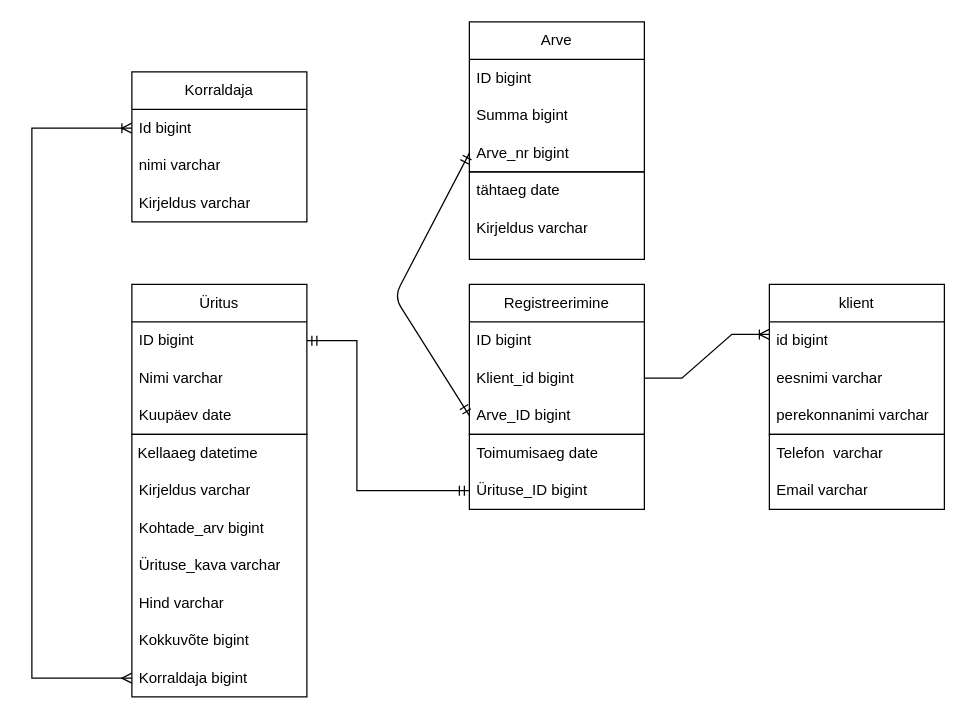
Earlier version of the draw.io diagram tunnitöö.drawio (KSohkin/Programeerimine-II). Source tidied: cells renumbered, new cells numbered last; positions are measured from the earlier drawing's top-left corner, leaving out a move shared by most shapes. Both pictures are drawn from the tidied source at 125%, with x=0, y=0 at pixel (31, 21).
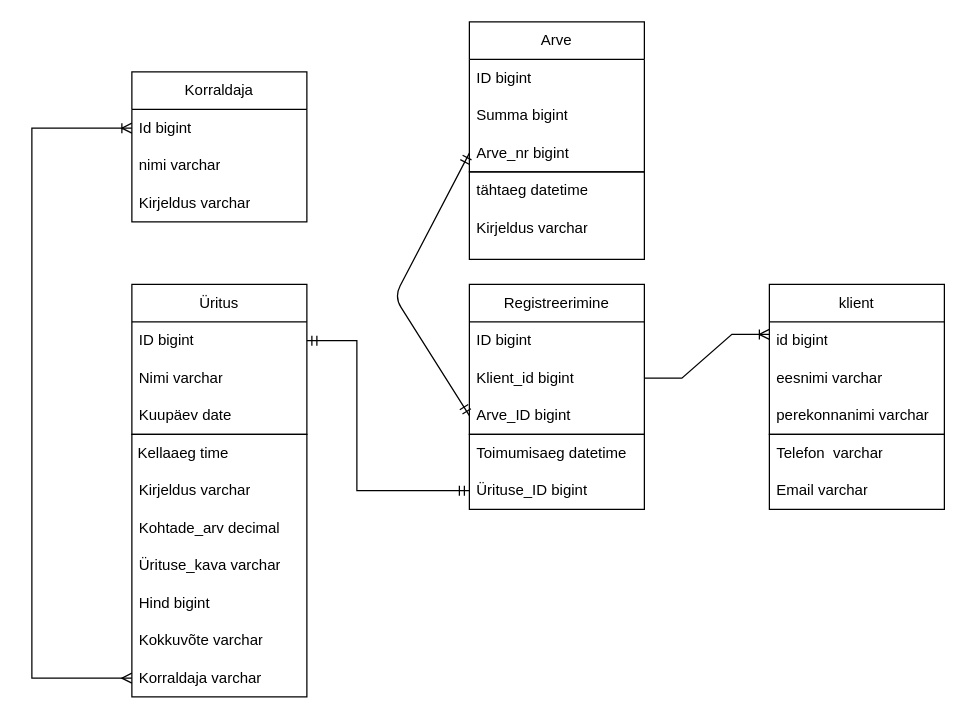
Above is the later version.

Diff of the diagram source:
```diff
@@
-    <mxCell id="28" value="Toimumisaeg date" style="text;strokeColor=none;fillColor=none;align=left;verticalAlign=middle;spacingLeft=4;spacingRight=4;overflow=hidden;whiteSpace=wrap;html=1;" parent="1" vertex="1">
+    <mxCell id="28" value="Toimumisaeg datetime" style="text;strokeColor=none;fillColor=none;align=left;verticalAlign=middle;spacingLeft=4;spacingRight=4;overflow=hidden;whiteSpace=wrap;html=1;" parent="1" vertex="1">
       <mxGeometry x="350" y="330" width="140" height="30" as="geometry" />
     </mxCell>
@@
-    <mxCell id="30" value="Kellaaeg datetime" style="text;strokeColor=none;fillColor=none;align=left;verticalAlign=middle;spacingLeft=4;spacingRight=4;overflow=hidden;whiteSpace=wrap;html=1;" parent="1" vertex="1">
+    <mxCell id="30" value="Kellaaeg time" style="text;strokeColor=none;fillColor=none;align=left;verticalAlign=middle;spacingLeft=4;spacingRight=4;overflow=hidden;whiteSpace=wrap;html=1;" parent="1" vertex="1">
       <mxGeometry x="79" y="330" width="140" height="30" as="geometry" />
     </mxCell>
@@
-    <mxCell id="32" value="Kohtade_arv bigint" style="text;strokeColor=none;fillColor=none;align=left;verticalAlign=middle;spacingLeft=4;spacingRight=4;overflow=hidden;whiteSpace=wrap;html=1;" parent="1" vertex="1">
+    <mxCell id="32" value="Kohtade_arv decimal" style="text;strokeColor=none;fillColor=none;align=left;verticalAlign=middle;spacingLeft=4;spacingRight=4;overflow=hidden;whiteSpace=wrap;html=1;" parent="1" vertex="1">
       <mxGeometry x="80" y="390" width="140" height="30" as="geometry" />
     </mxCell>
@@
-    <mxCell id="34" value="Hind varchar" style="text;strokeColor=none;fillColor=none;align=left;verticalAlign=middle;spacingLeft=4;spacingRight=4;overflow=hidden;whiteSpace=wrap;html=1;" parent="1" vertex="1">
+    <mxCell id="34" value="Hind bigint" style="text;strokeColor=none;fillColor=none;align=left;verticalAlign=middle;spacingLeft=4;spacingRight=4;overflow=hidden;whiteSpace=wrap;html=1;" parent="1" vertex="1">
       <mxGeometry x="80" y="450" width="140" height="30" as="geometry" />
     </mxCell>
-    <mxCell id="35" value="Kokkuvõte bigint" style="text;strokeColor=none;fillColor=none;align=left;verticalAlign=middle;spacingLeft=4;spacingRight=4;overflow=hidden;whiteSpace=wrap;html=1;" parent="1" vertex="1">
+    <mxCell id="35" value="Kokkuvõte varchar" style="text;strokeColor=none;fillColor=none;align=left;verticalAlign=middle;spacingLeft=4;spacingRight=4;overflow=hidden;whiteSpace=wrap;html=1;" parent="1" vertex="1">
       <mxGeometry x="80" y="480" width="140" height="30" as="geometry" />
     </mxCell>
-    <mxCell id="36" value="Korraldaja bigint" style="text;strokeColor=none;fillColor=none;align=left;verticalAlign=middle;spacingLeft=4;spacingRight=4;overflow=hidden;points=[[0,0.5],[1,0.5]];portConstraint=eastwest;whiteSpace=wrap;html=1;" parent="1" vertex="1">
+    <mxCell id="36" value="Korraldaja varchar" style="text;strokeColor=none;fillColor=none;align=left;verticalAlign=middle;spacingLeft=4;spacingRight=4;overflow=hidden;points=[[0,0.5],[1,0.5]];portConstraint=eastwest;whiteSpace=wrap;html=1;" parent="1" vertex="1">
       <mxGeometry x="80" y="510" width="140" height="30" as="geometry" />
     </mxCell>
-    <mxCell id="37" value="tähtaeg date" style="text;strokeColor=none;fillColor=none;align=left;verticalAlign=middle;spacingLeft=4;spacingRight=4;overflow=hidden;whiteSpace=wrap;html=1;" parent="1" vertex="1">
+    <mxCell id="37" value="tähtaeg datetime" style="text;strokeColor=none;fillColor=none;align=left;verticalAlign=middle;spacingLeft=4;spacingRight=4;overflow=hidden;whiteSpace=wrap;html=1;" parent="1" vertex="1">
       <mxGeometry x="350" y="120" width="140" height="30" as="geometry" />
     </mxCell>
```
